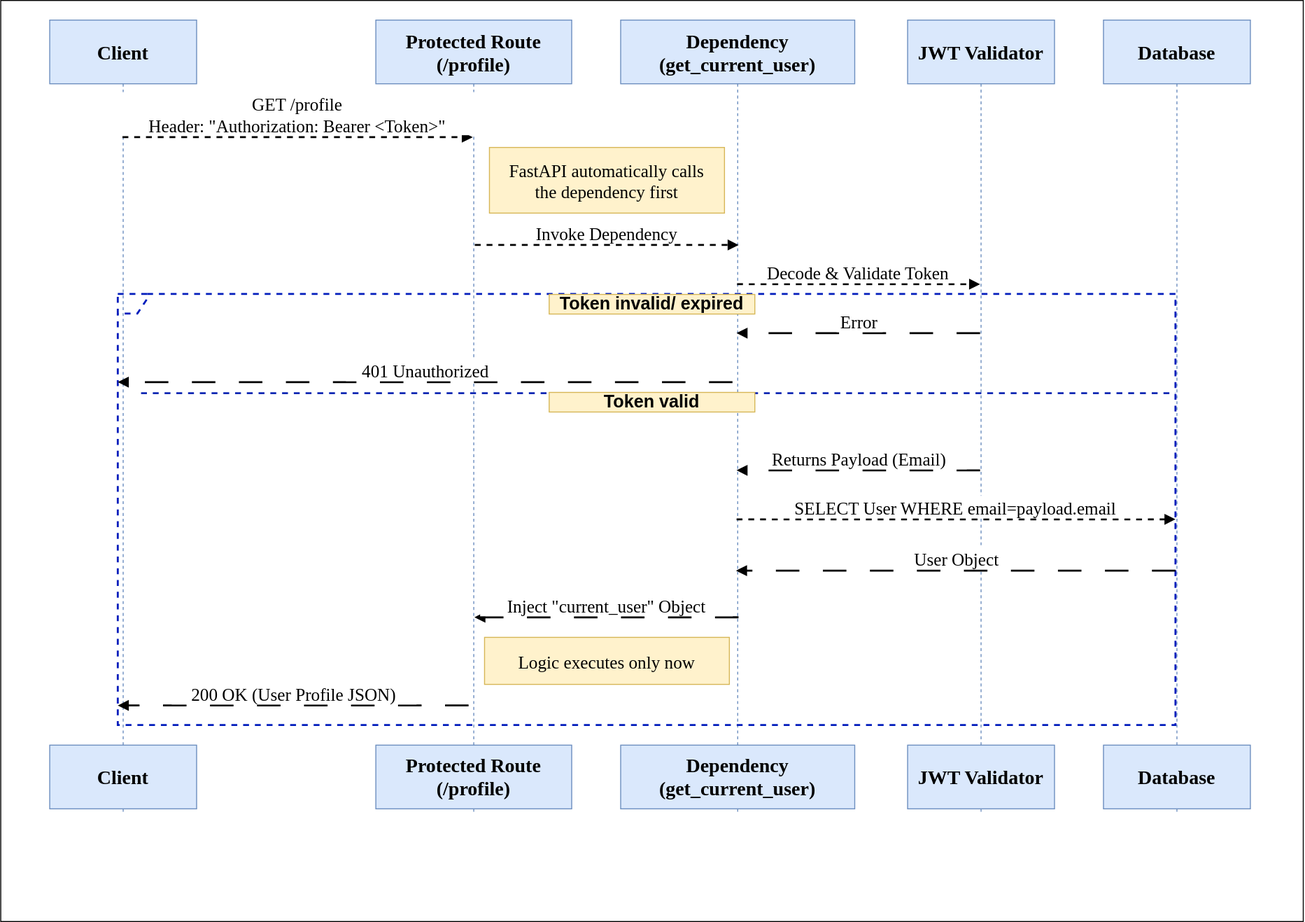
This is FastAPI-Basics-Lab-assets/Lab-4/images/archi_diagrams/Lab-4_authorization.drawio.svg from poridhiEng/lab-asset, a draw.io export, as it was before one commit. Source tidied: cells renumbered, new cells last; positions are measured from the earlier drawing's top-left corner, leaving out a move shared by most shapes. The source it was exported from:
```xml
<mxGraphModel>
  <root>
    <mxCell id="0" />
    <mxCell id="1" parent="0" />
    <mxCell id="2" style="rounded=0;whiteSpace=wrap;html=1;fontFamily=Verdana;fontSize=16;" parent="1" vertex="1">
      <mxGeometry width="1330" height="940" as="geometry" />
    </mxCell>
    <mxCell id="3" value="Client" style="shape=umlLifeline;perimeter=lifelinePerimeter;whiteSpace=wrap;outlineConnect=0;portConstraint=eastwest;newEdgeStyle={&quot;edgeStyle&quot;:&quot;elbowEdgeStyle&quot;,&quot;elbow&quot;:&quot;vertical&quot;,&quot;curved&quot;:0,&quot;rounded&quot;:0};size=65;fontFamily=Verdana;fontSize=20;fillColor=#dae8fc;strokeColor=#6c8ebf;fontStyle=1;" parent="1" vertex="1">
      <mxGeometry x="50" y="20" width="150" height="790" as="geometry" />
    </mxCell>
    <mxCell id="4" value="Protected Route (/profile)" style="shape=umlLifeline;perimeter=lifelinePerimeter;whiteSpace=wrap;outlineConnect=0;portConstraint=eastwest;newEdgeStyle={&quot;edgeStyle&quot;:&quot;elbowEdgeStyle&quot;,&quot;elbow&quot;:&quot;vertical&quot;,&quot;curved&quot;:0,&quot;rounded&quot;:0};size=65;fontFamily=Verdana;fontSize=20;fillColor=#dae8fc;strokeColor=#6c8ebf;fontStyle=1;" parent="1" vertex="1">
      <mxGeometry x="383" y="20" width="200" height="780" as="geometry" />
    </mxCell>
    <mxCell id="5" value="Dependency (get_current_user)" style="shape=umlLifeline;perimeter=lifelinePerimeter;whiteSpace=wrap;newEdgeStyle={&quot;edgeStyle&quot;:&quot;elbowEdgeStyle&quot;,&quot;elbow&quot;:&quot;vertical&quot;,&quot;curved&quot;:0,&quot;rounded&quot;:0};size=65;fontFamily=Verdana;fontSize=20;fillColor=#dae8fc;strokeColor=#6c8ebf;fontStyle=1;" parent="1" vertex="1">
      <mxGeometry x="633" y="20" width="239" height="770" as="geometry" />
    </mxCell>
    <mxCell id="6" value="JWT Validator" style="shape=umlLifeline;perimeter=lifelinePerimeter;whiteSpace=wrap;newEdgeStyle={&quot;edgeStyle&quot;:&quot;elbowEdgeStyle&quot;,&quot;elbow&quot;:&quot;vertical&quot;,&quot;curved&quot;:0,&quot;rounded&quot;:0};size=65;fontFamily=Verdana;fontSize=20;fillColor=#dae8fc;strokeColor=#6c8ebf;fontStyle=1;" parent="1" vertex="1">
      <mxGeometry x="926" y="20" width="150" height="780" as="geometry" />
    </mxCell>
    <mxCell id="7" value="Database" style="shape=umlLifeline;perimeter=lifelinePerimeter;whiteSpace=wrap;newEdgeStyle={&quot;edgeStyle&quot;:&quot;elbowEdgeStyle&quot;,&quot;elbow&quot;:&quot;vertical&quot;,&quot;curved&quot;:0,&quot;rounded&quot;:0};size=65;fontFamily=Verdana;fontSize=20;fillColor=#dae8fc;strokeColor=#6c8ebf;fontStyle=1;" parent="1" vertex="1">
      <mxGeometry x="1126" y="20" width="150" height="780" as="geometry" />
    </mxCell>
    <mxCell id="8" style="shape=umlFrame;dashed=1;strokeColor=#001DBC;height=20;width=30;fontFamily=Verdana;fontSize=18;fillColor=none;fontColor=#ffffff;strokeWidth=2;" parent="1" vertex="1">
      <mxGeometry x="120" y="300" width="1080" height="440" as="geometry" />
    </mxCell>
    <mxCell id="9" style="shape=line;dashed=1;whiteSpace=wrap;verticalAlign=top;labelPosition=center;verticalLabelPosition=middle;align=center;strokeColor=#0F28B3;fontFamily=Verdana;fontSize=18;strokeWidth=2;" parent="8" vertex="1">
      <mxGeometry x="23.8" y="100" width="1056.2" height="2.5" as="geometry" />
    </mxCell>
    <mxCell id="10" value="GET /profile&#10;Header: &quot;Authorization: Bearer &lt;Token&gt;&quot;" style="verticalAlign=bottom;edgeStyle=elbowEdgeStyle;elbow=vertical;curved=0;rounded=0;endArrow=block;fontFamily=Verdana;fontSize=18;fillColor=#fff2cc;strokeColor=#000000;dashed=1;strokeWidth=2;flowAnimation=1;" parent="1" edge="1" source="3" target="4">
      <mxGeometry relative="1" as="geometry">
        <Array as="points">
          <mxPoint x="310" y="140" />
        </Array>
      </mxGeometry>
    </mxCell>
    <mxCell id="11" value="Invoke Dependency" style="verticalAlign=bottom;edgeStyle=elbowEdgeStyle;elbow=vertical;curved=0;rounded=0;endArrow=block;fontFamily=Verdana;fontSize=18;dashed=1;strokeWidth=2;flowAnimation=1;" parent="1" edge="1">
      <mxGeometry relative="1" as="geometry">
        <mxPoint x="484" y="250" as="sourcePoint" />
        <mxPoint x="754" y="250" as="targetPoint" />
        <Array as="points">
          <mxPoint x="628" y="250" />
        </Array>
      </mxGeometry>
    </mxCell>
    <mxCell id="12" value="Decode &amp; Validate Token" style="verticalAlign=bottom;edgeStyle=elbowEdgeStyle;elbow=vertical;curved=0;rounded=0;endArrow=block;fontFamily=Verdana;fontSize=18;dashed=1;strokeWidth=2;flowAnimation=1;" parent="1" edge="1">
      <mxGeometry relative="1" as="geometry">
        <mxPoint x="751.8" y="290" as="sourcePoint" />
        <mxPoint x="1000.5" y="290" as="targetPoint" />
        <Array as="points">
          <mxPoint x="885" y="290" />
        </Array>
      </mxGeometry>
    </mxCell>
    <mxCell id="13" value="Error" style="verticalAlign=bottom;edgeStyle=elbowEdgeStyle;elbow=vertical;curved=0;rounded=0;dashed=1;dashPattern=12 12;endArrow=block;fontFamily=Verdana;fontSize=18;strokeWidth=2;" parent="1" edge="1">
      <mxGeometry relative="1" as="geometry">
        <mxPoint x="1000.5" y="340" as="sourcePoint" />
        <mxPoint x="751.8" y="340" as="targetPoint" />
        <Array as="points">
          <mxPoint x="888" y="340" />
        </Array>
      </mxGeometry>
    </mxCell>
    <mxCell id="14" value="401 Unauthorized" style="verticalAlign=bottom;edgeStyle=elbowEdgeStyle;elbow=vertical;curved=0;rounded=0;dashed=1;dashPattern=12 12;endArrow=block;fontFamily=Verdana;fontSize=18;strokeWidth=2;" parent="1" edge="1">
      <mxGeometry relative="1" as="geometry">
        <mxPoint x="747.7" y="390" as="sourcePoint" />
        <mxPoint x="120" y="390" as="targetPoint" />
        <Array as="points">
          <mxPoint x="445.7" y="390" />
        </Array>
      </mxGeometry>
    </mxCell>
    <mxCell id="15" value="Returns Payload (Email)" style="verticalAlign=bottom;edgeStyle=elbowEdgeStyle;elbow=vertical;curved=0;rounded=0;dashed=1;dashPattern=12 12;endArrow=block;fontFamily=Verdana;fontSize=18;strokeWidth=2;" parent="1" edge="1">
      <mxGeometry relative="1" as="geometry">
        <mxPoint x="1000.5" y="480" as="sourcePoint" />
        <mxPoint x="751.8" y="480" as="targetPoint" />
        <Array as="points">
          <mxPoint x="888" y="480" />
        </Array>
      </mxGeometry>
    </mxCell>
    <mxCell id="16" value="SELECT User WHERE email=payload.email" style="verticalAlign=bottom;edgeStyle=elbowEdgeStyle;elbow=vertical;curved=0;rounded=0;endArrow=block;fontFamily=Verdana;fontSize=18;dashed=1;strokeWidth=2;flowAnimation=1;" parent="1" edge="1">
      <mxGeometry relative="1" as="geometry">
        <mxPoint x="751.3" y="530" as="sourcePoint" />
        <mxPoint x="1200" y="530" as="targetPoint" />
        <Array as="points">
          <mxPoint x="984.5" y="530" />
        </Array>
      </mxGeometry>
    </mxCell>
    <mxCell id="17" value="User Object" style="verticalAlign=bottom;edgeStyle=elbowEdgeStyle;elbow=vertical;curved=0;rounded=0;dashed=1;dashPattern=12 12;endArrow=block;fontFamily=Verdana;fontSize=18;strokeWidth=2;" parent="1" edge="1">
      <mxGeometry relative="1" as="geometry">
        <mxPoint x="1200" y="582.4" as="sourcePoint" />
        <mxPoint x="751.3" y="582.4" as="targetPoint" />
        <Array as="points">
          <mxPoint x="987.5" y="582.4" />
        </Array>
      </mxGeometry>
    </mxCell>
    <mxCell id="18" value="Inject &quot;current_user&quot; Object" style="verticalAlign=bottom;edgeStyle=elbowEdgeStyle;elbow=vertical;curved=0;rounded=0;dashed=1;dashPattern=12 12;endArrow=block;fontFamily=Verdana;fontSize=18;strokeWidth=2;" parent="1" edge="1">
      <mxGeometry relative="1" as="geometry">
        <mxPoint x="753.8" y="630" as="sourcePoint" />
        <mxPoint x="484.2" y="630" as="targetPoint" />
        <Array as="points">
          <mxPoint x="630.8" y="630" />
        </Array>
      </mxGeometry>
    </mxCell>
    <mxCell id="19" value="200 OK (User Profile JSON)" style="verticalAlign=bottom;edgeStyle=elbowEdgeStyle;elbow=vertical;curved=0;rounded=0;dashed=1;dashPattern=12 12;endArrow=block;fontFamily=Verdana;fontSize=18;strokeWidth=2;" parent="1" edge="1">
      <mxGeometry relative="1" as="geometry">
        <mxPoint x="478.2" y="720" as="sourcePoint" />
        <mxPoint x="120" y="720" as="targetPoint" />
        <Array as="points">
          <mxPoint x="311.7" y="720" />
        </Array>
      </mxGeometry>
    </mxCell>
    <mxCell id="20" value="FastAPI automatically calls&#10;the dependency first" style="fillColor=#fff2cc;strokeColor=#d6b656;fontFamily=Verdana;fontSize=18;" parent="1" vertex="1">
      <mxGeometry x="499" y="150" width="240" height="67" as="geometry" />
    </mxCell>
    <mxCell id="21" value="Logic executes only now" style="fillColor=#fff2cc;strokeColor=#d6b656;fontFamily=Verdana;fontSize=18;" parent="1" vertex="1">
      <mxGeometry x="494" y="650" width="250" height="48" as="geometry" />
    </mxCell>
    <mxCell id="22" value="Client" style="shape=umlLifeline;perimeter=lifelinePerimeter;whiteSpace=wrap;newEdgeStyle={&quot;edgeStyle&quot;:&quot;elbowEdgeStyle&quot;,&quot;elbow&quot;:&quot;vertical&quot;,&quot;curved&quot;:0,&quot;rounded&quot;:0};size=65;fontFamily=Verdana;fontSize=20;fillColor=#dae8fc;strokeColor=#6c8ebf;fontStyle=1;" parent="1" vertex="1">
      <mxGeometry x="50" y="760" width="150" height="70" as="geometry" />
    </mxCell>
    <mxCell id="23" value="Protected Route (/profile)" style="shape=umlLifeline;perimeter=lifelinePerimeter;whiteSpace=wrap;newEdgeStyle={&quot;edgeStyle&quot;:&quot;elbowEdgeStyle&quot;,&quot;elbow&quot;:&quot;vertical&quot;,&quot;curved&quot;:0,&quot;rounded&quot;:0};size=65;fontFamily=Verdana;fontSize=20;fillColor=#dae8fc;strokeColor=#6c8ebf;fontStyle=1;" parent="1" vertex="1">
      <mxGeometry x="383" y="760" width="200" height="70" as="geometry" />
    </mxCell>
    <mxCell id="24" value="Dependency (get_current_user)" style="shape=umlLifeline;perimeter=lifelinePerimeter;whiteSpace=wrap;newEdgeStyle={&quot;edgeStyle&quot;:&quot;elbowEdgeStyle&quot;,&quot;elbow&quot;:&quot;vertical&quot;,&quot;curved&quot;:0,&quot;rounded&quot;:0};size=65;fontFamily=Verdana;fontSize=20;fillColor=#dae8fc;strokeColor=#6c8ebf;fontStyle=1;" parent="1" vertex="1">
      <mxGeometry x="633" y="760" width="239" height="70" as="geometry" />
    </mxCell>
    <mxCell id="25" value="JWT Validator" style="shape=umlLifeline;perimeter=lifelinePerimeter;whiteSpace=wrap;newEdgeStyle={&quot;edgeStyle&quot;:&quot;elbowEdgeStyle&quot;,&quot;elbow&quot;:&quot;vertical&quot;,&quot;curved&quot;:0,&quot;rounded&quot;:0};size=65;fontFamily=Verdana;fontSize=20;fillColor=#dae8fc;strokeColor=#6c8ebf;fontStyle=1;" parent="1" vertex="1">
      <mxGeometry x="926" y="760" width="150" height="70" as="geometry" />
    </mxCell>
    <mxCell id="26" value="Database" style="shape=umlLifeline;perimeter=lifelinePerimeter;whiteSpace=wrap;newEdgeStyle={&quot;edgeStyle&quot;:&quot;elbowEdgeStyle&quot;,&quot;elbow&quot;:&quot;vertical&quot;,&quot;curved&quot;:0,&quot;rounded&quot;:0};size=65;fontFamily=Verdana;fontSize=20;fillColor=#dae8fc;strokeColor=#6c8ebf;fontStyle=1;" parent="1" vertex="1">
      <mxGeometry x="1126" y="760" width="150" height="70" as="geometry" />
    </mxCell>
    <mxCell id="27" value="&lt;font&gt;&lt;b&gt;Token invalid/ expired&lt;/b&gt;&lt;/font&gt;" style="rounded=0;whiteSpace=wrap;html=1;fillColor=#fff2cc;strokeColor=#d6b656;fontSize=18;" parent="1" vertex="1">
      <mxGeometry x="560" y="300" width="210" height="20" as="geometry" />
    </mxCell>
    <mxCell id="28" value="&lt;font&gt;&lt;b&gt;Token valid&lt;/b&gt;&lt;/font&gt;" style="rounded=0;whiteSpace=wrap;html=1;fillColor=#fff2cc;strokeColor=#d6b656;fontSize=18;" parent="1" vertex="1">
      <mxGeometry x="560" y="400" width="210" height="20" as="geometry" />
    </mxCell>
  </root>
</mxGraphModel>
```
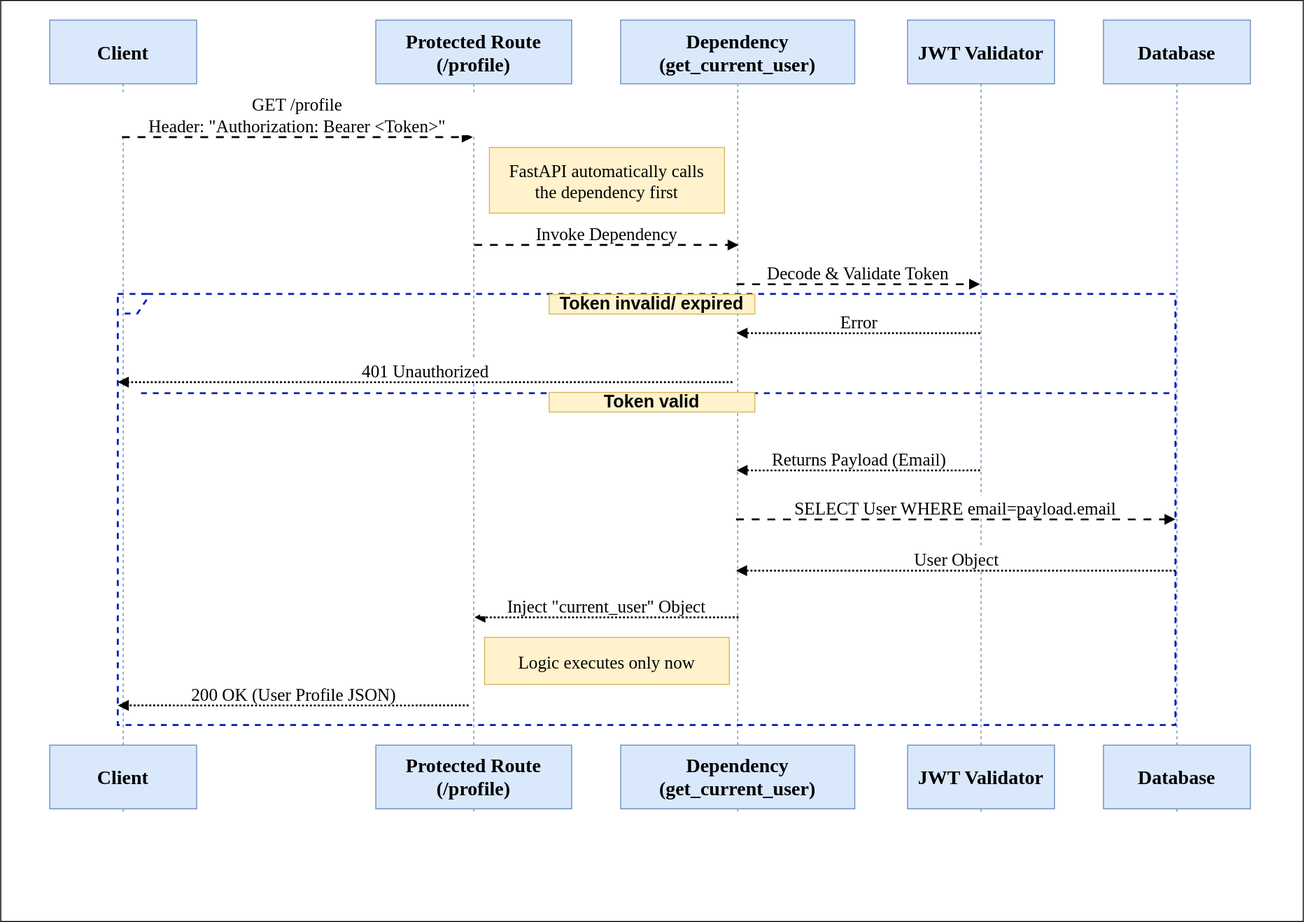
After the commit.

The edit, as a diff of the source:
```diff
@@ -26,14 +26,14 @@
     <mxCell id="9" style="shape=line;dashed=1;whiteSpace=wrap;verticalAlign=top;labelPosition=center;verticalLabelPosition=middle;align=center;strokeColor=#0F28B3;fontFamily=Verdana;fontSize=18;strokeWidth=2;" parent="8" vertex="1">
       <mxGeometry x="23.8" y="100" width="1056.2" height="2.5" as="geometry" />
     </mxCell>
-    <mxCell id="10" value="GET /profile&#10;Header: &quot;Authorization: Bearer &lt;Token&gt;&quot;" style="verticalAlign=bottom;edgeStyle=elbowEdgeStyle;elbow=vertical;curved=0;rounded=0;endArrow=block;fontFamily=Verdana;fontSize=18;fillColor=#fff2cc;strokeColor=#000000;dashed=1;strokeWidth=2;flowAnimation=1;" parent="1" edge="1" source="3" target="4">
+    <mxCell id="10" value="GET /profile&#10;Header: &quot;Authorization: Bearer &lt;Token&gt;&quot;" style="verticalAlign=bottom;edgeStyle=elbowEdgeStyle;elbow=vertical;curved=0;rounded=0;endArrow=block;fontFamily=Verdana;fontSize=18;fillColor=#fff2cc;strokeColor=#000000;strokeWidth=2;flowAnimation=1;" parent="1" edge="1" source="3" target="4">
       <mxGeometry relative="1" as="geometry">
         <Array as="points">
           <mxPoint x="310" y="140" />
         </Array>
       </mxGeometry>
     </mxCell>
-    <mxCell id="11" value="Invoke Dependency" style="verticalAlign=bottom;edgeStyle=elbowEdgeStyle;elbow=vertical;curved=0;rounded=0;endArrow=block;fontFamily=Verdana;fontSize=18;dashed=1;strokeWidth=2;flowAnimation=1;" parent="1" edge="1">
+    <mxCell id="11" value="Invoke Dependency" style="verticalAlign=bottom;edgeStyle=elbowEdgeStyle;elbow=vertical;curved=0;rounded=0;endArrow=block;fontFamily=Verdana;fontSize=18;strokeWidth=2;flowAnimation=1;" parent="1" edge="1">
       <mxGeometry relative="1" as="geometry">
         <mxPoint x="484" y="250" as="sourcePoint" />
         <mxPoint x="754" y="250" as="targetPoint" />
@@ -42,7 +42,7 @@
         </Array>
       </mxGeometry>
     </mxCell>
-    <mxCell id="12" value="Decode &amp; Validate Token" style="verticalAlign=bottom;edgeStyle=elbowEdgeStyle;elbow=vertical;curved=0;rounded=0;endArrow=block;fontFamily=Verdana;fontSize=18;dashed=1;strokeWidth=2;flowAnimation=1;" parent="1" edge="1">
+    <mxCell id="12" value="Decode &amp; Validate Token" style="verticalAlign=bottom;edgeStyle=elbowEdgeStyle;elbow=vertical;curved=0;rounded=0;endArrow=block;fontFamily=Verdana;fontSize=18;strokeWidth=2;flowAnimation=1;" parent="1" edge="1">
       <mxGeometry relative="1" as="geometry">
         <mxPoint x="751.8" y="290" as="sourcePoint" />
         <mxPoint x="1000.5" y="290" as="targetPoint" />
@@ -51,7 +51,7 @@
         </Array>
       </mxGeometry>
     </mxCell>
-    <mxCell id="13" value="Error" style="verticalAlign=bottom;edgeStyle=elbowEdgeStyle;elbow=vertical;curved=0;rounded=0;dashed=1;dashPattern=12 12;endArrow=block;fontFamily=Verdana;fontSize=18;strokeWidth=2;" parent="1" edge="1">
+    <mxCell id="13" value="Error" style="verticalAlign=bottom;edgeStyle=elbowEdgeStyle;elbow=vertical;curved=0;rounded=0;dashed=1;dashPattern=1 1;endArrow=block;fontFamily=Verdana;fontSize=18;strokeWidth=2;flowAnimation=1;" parent="1" edge="1">
       <mxGeometry relative="1" as="geometry">
         <mxPoint x="1000.5" y="340" as="sourcePoint" />
         <mxPoint x="751.8" y="340" as="targetPoint" />
@@ -60,7 +60,7 @@
         </Array>
       </mxGeometry>
     </mxCell>
-    <mxCell id="14" value="401 Unauthorized" style="verticalAlign=bottom;edgeStyle=elbowEdgeStyle;elbow=vertical;curved=0;rounded=0;dashed=1;dashPattern=12 12;endArrow=block;fontFamily=Verdana;fontSize=18;strokeWidth=2;" parent="1" edge="1">
+    <mxCell id="14" value="401 Unauthorized" style="verticalAlign=bottom;edgeStyle=elbowEdgeStyle;elbow=vertical;curved=0;rounded=0;dashed=1;dashPattern=1 1;endArrow=block;fontFamily=Verdana;fontSize=18;strokeWidth=2;flowAnimation=1;" parent="1" edge="1">
       <mxGeometry relative="1" as="geometry">
         <mxPoint x="747.7" y="390" as="sourcePoint" />
         <mxPoint x="120" y="390" as="targetPoint" />
@@ -69,7 +69,7 @@
         </Array>
       </mxGeometry>
     </mxCell>
-    <mxCell id="15" value="Returns Payload (Email)" style="verticalAlign=bottom;edgeStyle=elbowEdgeStyle;elbow=vertical;curved=0;rounded=0;dashed=1;dashPattern=12 12;endArrow=block;fontFamily=Verdana;fontSize=18;strokeWidth=2;" parent="1" edge="1">
+    <mxCell id="15" value="Returns Payload (Email)" style="verticalAlign=bottom;edgeStyle=elbowEdgeStyle;elbow=vertical;curved=0;rounded=0;dashed=1;dashPattern=1 1;endArrow=block;fontFamily=Verdana;fontSize=18;strokeWidth=2;flowAnimation=1;" parent="1" edge="1">
       <mxGeometry relative="1" as="geometry">
         <mxPoint x="1000.5" y="480" as="sourcePoint" />
         <mxPoint x="751.8" y="480" as="targetPoint" />
@@ -78,7 +78,7 @@
         </Array>
       </mxGeometry>
     </mxCell>
-    <mxCell id="16" value="SELECT User WHERE email=payload.email" style="verticalAlign=bottom;edgeStyle=elbowEdgeStyle;elbow=vertical;curved=0;rounded=0;endArrow=block;fontFamily=Verdana;fontSize=18;dashed=1;strokeWidth=2;flowAnimation=1;" parent="1" edge="1">
+    <mxCell id="16" value="SELECT User WHERE email=payload.email" style="verticalAlign=bottom;edgeStyle=elbowEdgeStyle;elbow=vertical;curved=0;rounded=0;endArrow=block;fontFamily=Verdana;fontSize=18;strokeWidth=2;flowAnimation=1;" parent="1" edge="1">
       <mxGeometry relative="1" as="geometry">
         <mxPoint x="751.3" y="530" as="sourcePoint" />
         <mxPoint x="1200" y="530" as="targetPoint" />
@@ -87,7 +87,7 @@
         </Array>
       </mxGeometry>
     </mxCell>
-    <mxCell id="17" value="User Object" style="verticalAlign=bottom;edgeStyle=elbowEdgeStyle;elbow=vertical;curved=0;rounded=0;dashed=1;dashPattern=12 12;endArrow=block;fontFamily=Verdana;fontSize=18;strokeWidth=2;" parent="1" edge="1">
+    <mxCell id="17" value="User Object" style="verticalAlign=bottom;edgeStyle=elbowEdgeStyle;elbow=vertical;curved=0;rounded=0;dashed=1;dashPattern=1 1;endArrow=block;fontFamily=Verdana;fontSize=18;strokeWidth=2;flowAnimation=1;" parent="1" edge="1">
       <mxGeometry relative="1" as="geometry">
         <mxPoint x="1200" y="582.4" as="sourcePoint" />
         <mxPoint x="751.3" y="582.4" as="targetPoint" />
@@ -96,7 +96,7 @@
         </Array>
       </mxGeometry>
     </mxCell>
-    <mxCell id="18" value="Inject &quot;current_user&quot; Object" style="verticalAlign=bottom;edgeStyle=elbowEdgeStyle;elbow=vertical;curved=0;rounded=0;dashed=1;dashPattern=12 12;endArrow=block;fontFamily=Verdana;fontSize=18;strokeWidth=2;" parent="1" edge="1">
+    <mxCell id="18" value="Inject &quot;current_user&quot; Object" style="verticalAlign=bottom;edgeStyle=elbowEdgeStyle;elbow=vertical;curved=0;rounded=0;dashed=1;dashPattern=1 1;endArrow=block;fontFamily=Verdana;fontSize=18;strokeWidth=2;flowAnimation=1;" parent="1" edge="1">
       <mxGeometry relative="1" as="geometry">
         <mxPoint x="753.8" y="630" as="sourcePoint" />
         <mxPoint x="484.2" y="630" as="targetPoint" />
@@ -105,7 +105,7 @@
         </Array>
       </mxGeometry>
     </mxCell>
-    <mxCell id="19" value="200 OK (User Profile JSON)" style="verticalAlign=bottom;edgeStyle=elbowEdgeStyle;elbow=vertical;curved=0;rounded=0;dashed=1;dashPattern=12 12;endArrow=block;fontFamily=Verdana;fontSize=18;strokeWidth=2;" parent="1" edge="1">
+    <mxCell id="19" value="200 OK (User Profile JSON)" style="verticalAlign=bottom;edgeStyle=elbowEdgeStyle;elbow=vertical;curved=0;rounded=0;dashed=1;dashPattern=1 1;endArrow=block;fontFamily=Verdana;fontSize=18;strokeWidth=2;flowAnimation=1;" parent="1" edge="1">
       <mxGeometry relative="1" as="geometry">
         <mxPoint x="478.2" y="720" as="sourcePoint" />
         <mxPoint x="120" y="720" as="targetPoint" />
```
